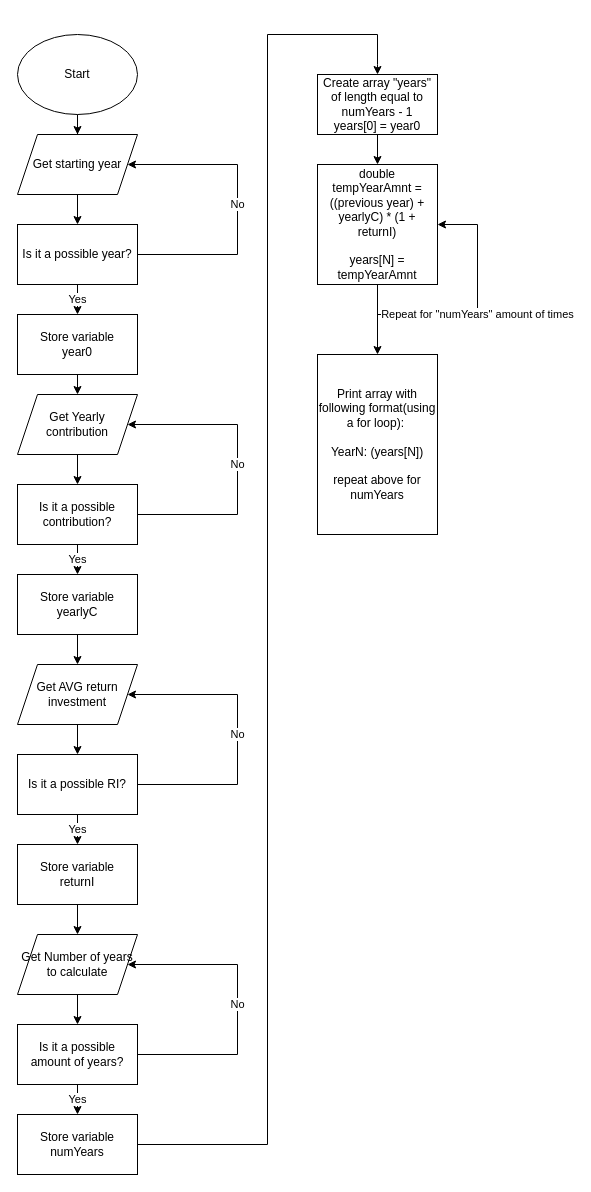
Above: Flowchart.drawio in WilsonTalentCenter/advpseudoflow-Jhonkman (draw.io), before the change. Source tidied: cells renumbered, new cells numbered last; positions are measured from the earlier drawing's top-left corner, leaving out a move shared by most shapes. Both pictures are drawn from the tidied source at 100%, with x=0, y=0 at pixel (17, 34).
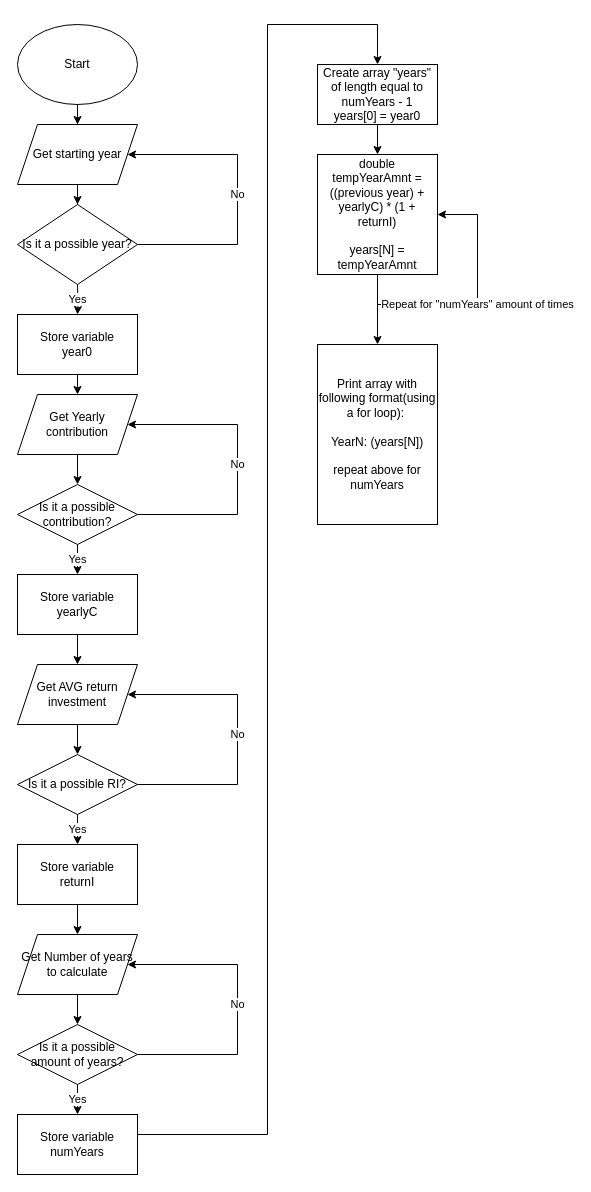
The same page after the edit.

Unchanged cells that the change refers to:
```xml
<mxCell id="10" value="Store variable&lt;br&gt;year0" style="rounded=0;whiteSpace=wrap;html=1;" parent="1" vertex="1">
  <mxGeometry y="280" width="120" height="60" as="geometry" />
</mxCell>
<mxCell id="31" value="Store variable&lt;br&gt;numYears" style="rounded=0;whiteSpace=wrap;html=1;" parent="1" vertex="1">
  <mxGeometry y="1080" width="120" height="60" as="geometry" />
</mxCell>
```

What changed in the source:
```diff
@@
     <mxCell id="3" value="Start" style="ellipse;whiteSpace=wrap;html=1;" parent="1" vertex="1">
-      <mxGeometry width="120" height="80" as="geometry" />
+      <mxGeometry y="-10" width="120" height="80" as="geometry" />
     </mxCell>
-    <mxCell id="4" style="edgeStyle=orthogonalEdgeStyle;rounded=0;jettySize=auto;html=1;" parent="1" edge="1" source="5" target="8">
+    <mxCell id="4" style="edgeStyle=orthogonalEdgeStyle;rounded=0;jettySize=auto;html=1;entryX=0.5;entryY=0;entryDx=0;entryDy=0;" parent="1" edge="1" source="5" target="8">
       <mxGeometry relative="1" as="geometry" />
     </mxCell>
     <mxCell id="5" value="Get starting year" style="shape=parallelogram;perimeter=parallelogramPerimeter;whiteSpace=wrap;html=1;fixedSize=1;" parent="1" vertex="1">
-      <mxGeometry y="100" width="120" height="60" as="geometry" />
+      <mxGeometry y="90" width="120" height="60" as="geometry" />
     </mxCell>
-    <mxCell id="6" value="No" style="edgeStyle=orthogonalEdgeStyle;rounded=0;jettySize=auto;html=1;entryX=1;entryY=0.5;entryDx=0;entryDy=0;" parent="1" edge="1" source="8" target="5">
+    <mxCell id="6" value="No" style="edgeStyle=orthogonalEdgeStyle;rounded=0;jettySize=auto;html=1;entryX=1;entryY=0.5;entryDx=0;entryDy=0;" parent="1" edge="1" target="5">
       <mxGeometry relative="1" as="geometry">
+        <mxPoint x="120" y="210" as="sourcePoint" />
         <Array as="points">
-          <mxPoint x="220" y="220" />
-          <mxPoint x="220" y="130" />
+          <mxPoint x="220" y="210" />
+          <mxPoint x="220" y="120" />
         </Array>
       </mxGeometry>
     </mxCell>
-    <mxCell id="7" value="Yes" style="edgeStyle=orthogonalEdgeStyle;rounded=0;jettySize=auto;html=1;" parent="1" edge="1" source="8" target="10">
-      <mxGeometry relative="1" as="geometry" />
+    <mxCell id="7" value="Yes" style="edgeStyle=orthogonalEdgeStyle;rounded=0;jettySize=auto;html=1;" parent="1" edge="1" target="10">
+      <mxGeometry relative="1" as="geometry">
+        <mxPoint x="60" y="250" as="sourcePoint" />
+      </mxGeometry>
     </mxCell>
-    <mxCell id="8" value="Is it a possible year?" style="rounded=0;whiteSpace=wrap;html=1;" parent="1" vertex="1">
-      <mxGeometry y="190" width="120" height="60" as="geometry" />
-    </mxCell>
@@
-    <mxCell id="15" value="Is it a possible contribution?" style="rounded=0;whiteSpace=wrap;html=1;" parent="1" vertex="1">
+    <mxCell id="15" value="Is it a possible contribution?" style="rhombus;whiteSpace=wrap;html=1;fontFamily=Helvetica;fontSize=12;fontColor=#000000;align=center;strokeColor=#000000;fillColor=#ffffff;" parent="1" vertex="1">
       <mxGeometry y="450" width="120" height="60" as="geometry" />
     </mxCell>
@@
-    <mxCell id="22" value="Is it a possible RI?" style="rounded=0;whiteSpace=wrap;html=1;" parent="1" vertex="1">
+    <mxCell id="22" value="Is it a possible RI?" style="rhombus;whiteSpace=wrap;html=1;fontFamily=Helvetica;fontSize=12;fontColor=#000000;align=center;strokeColor=#000000;fillColor=#ffffff;" parent="1" vertex="1">
       <mxGeometry y="720" width="120" height="60" as="geometry" />
     </mxCell>
@@
-    <mxCell id="29" value="Is it a possible amount of years?" style="rounded=0;whiteSpace=wrap;html=1;" parent="1" vertex="1">
+    <mxCell id="29" value="Is it a possible amount of years?" style="rhombus;whiteSpace=wrap;html=1;fontFamily=Helvetica;fontSize=12;fontColor=#000000;align=center;strokeColor=#000000;fillColor=#ffffff;" parent="1" vertex="1">
       <mxGeometry y="990" width="120" height="60" as="geometry" />
     </mxCell>
     <mxCell id="30" style="edgeStyle=orthogonalEdgeStyle;rounded=0;jettySize=auto;html=1;" parent="1" edge="1" source="31">
       <mxGeometry relative="1" as="geometry">
-        <mxPoint x="360" y="40" as="targetPoint" />
+        <mxPoint x="360" y="30" as="targetPoint" />
         <Array as="points">
-          <mxPoint x="250" y="1110" />
-          <mxPoint x="250" />
-          <mxPoint x="360" />
-          <mxPoint x="360" y="30" />
+          <mxPoint x="250" y="1100" />
+          <mxPoint x="250" y="-10" />
+          <mxPoint x="360" y="-10" />
+          <mxPoint x="360" y="20" />
         </Array>
       </mxGeometry>
     </mxCell>
@@
     <mxCell id="33" value="Create array &quot;years&quot;&lt;br&gt;of length equal to numYears - 1&lt;br&gt;years[0] = year0" style="rounded=0;whiteSpace=wrap;html=1;" parent="1" vertex="1">
-      <mxGeometry x="300" y="40" width="120" height="60" as="geometry" />
+      <mxGeometry x="300" y="30" width="120" height="60" as="geometry" />
     </mxCell>
     <mxCell id="34" value="Repeat for &quot;numYears&quot; amount of times" style="edgeStyle=orthogonalEdgeStyle;rounded=0;orthogonalLoop=1;jettySize=auto;html=1;entryX=1;entryY=0.5;entryDx=0;entryDy=0;" parent="1" edge="1" source="36" target="36">
       <mxGeometry relative="1" as="geometry">
         <Array as="points">
-          <mxPoint x="360" y="280" />
-          <mxPoint x="460" y="280" />
-          <mxPoint x="460" y="190" />
+          <mxPoint x="360" y="270" />
+          <mxPoint x="460" y="270" />
+          <mxPoint x="460" y="180" />
         </Array>
       </mxGeometry>
     </mxCell>
@@
     <mxCell id="36" value="double tempYearAmnt = ((previous year) + yearlyC) * (1 + returnI)&lt;br&gt;&lt;br&gt;years[N] = tempYearAmnt" style="rounded=0;whiteSpace=wrap;html=1;" parent="1" vertex="1">
-      <mxGeometry x="300" y="130" width="120" height="120" as="geometry" />
+      <mxGeometry x="300" y="120" width="120" height="120" as="geometry" />
     </mxCell>
     <mxCell id="37" value="Print array with following format(using a for loop):&amp;nbsp;&lt;br&gt;&lt;br&gt;YearN: (years[N])&lt;br&gt;&lt;br&gt;repeat above for numYears" style="rounded=0;whiteSpace=wrap;html=1;" parent="1" vertex="1">
-      <mxGeometry x="300" y="320" width="120" height="180" as="geometry" />
+      <mxGeometry x="300" y="310" width="120" height="180" as="geometry" />
     </mxCell>
+    <mxCell id="8" value="&lt;span&gt;Is it a possible year?&lt;/span&gt;" style="rhombus;whiteSpace=wrap;html=1;fontFamily=Helvetica;fontSize=12;fontColor=#000000;align=center;strokeColor=#000000;fillColor=#ffffff;" parent="1" vertex="1">
+      <mxGeometry y="170" width="120" height="80" as="geometry" />
+    </mxCell>
```
